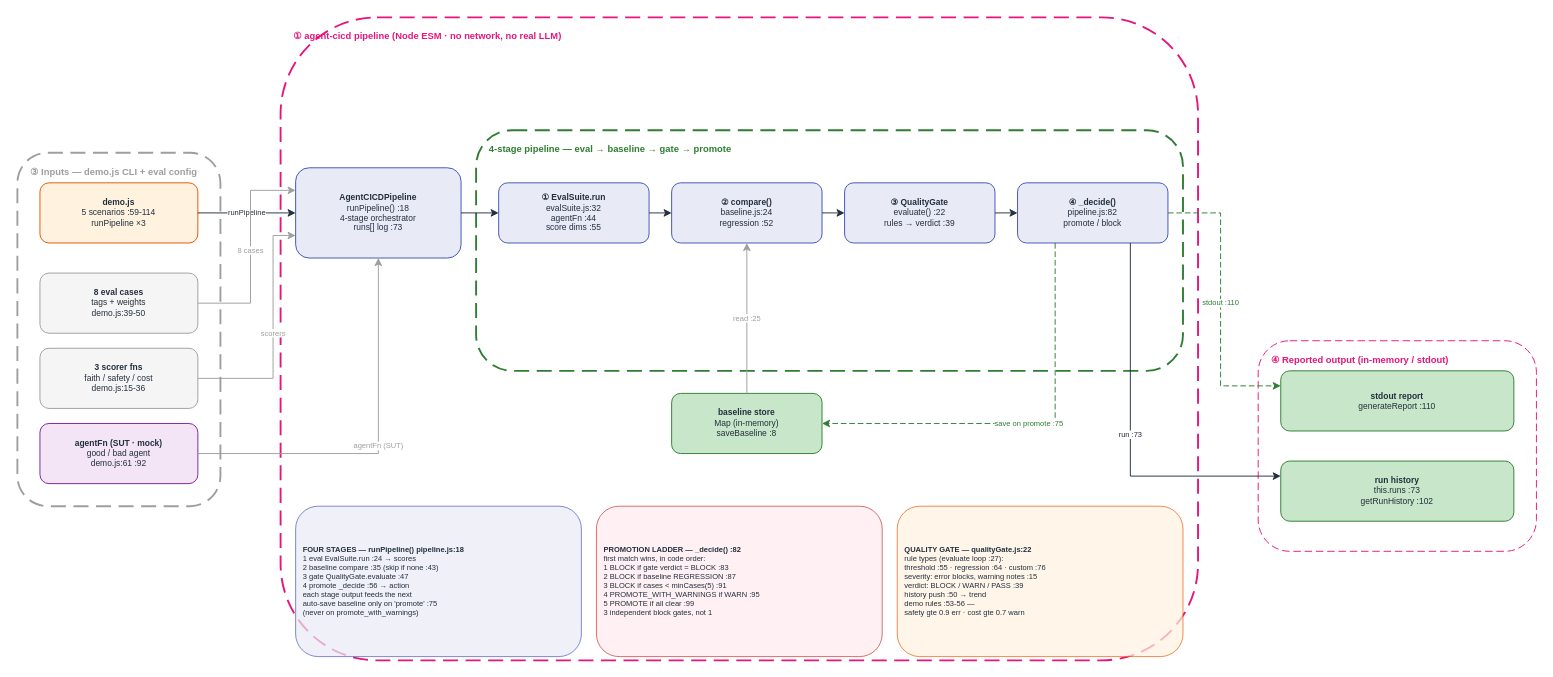
Earlier version of the draw.io diagram docs/diagrams/agent_cicd_v1/HOA_AgentCicd_v1.drawio (gmaheshraju/Hands-on-AgenticAI). Source tidied: cells renumbered, new cells numbered last; positions are measured from the earlier drawing's top-left corner, leaving out a move shared by most shapes. Both pictures are drawn from the tidied source at 94%, with x=0, y=0 at pixel (17, 17).
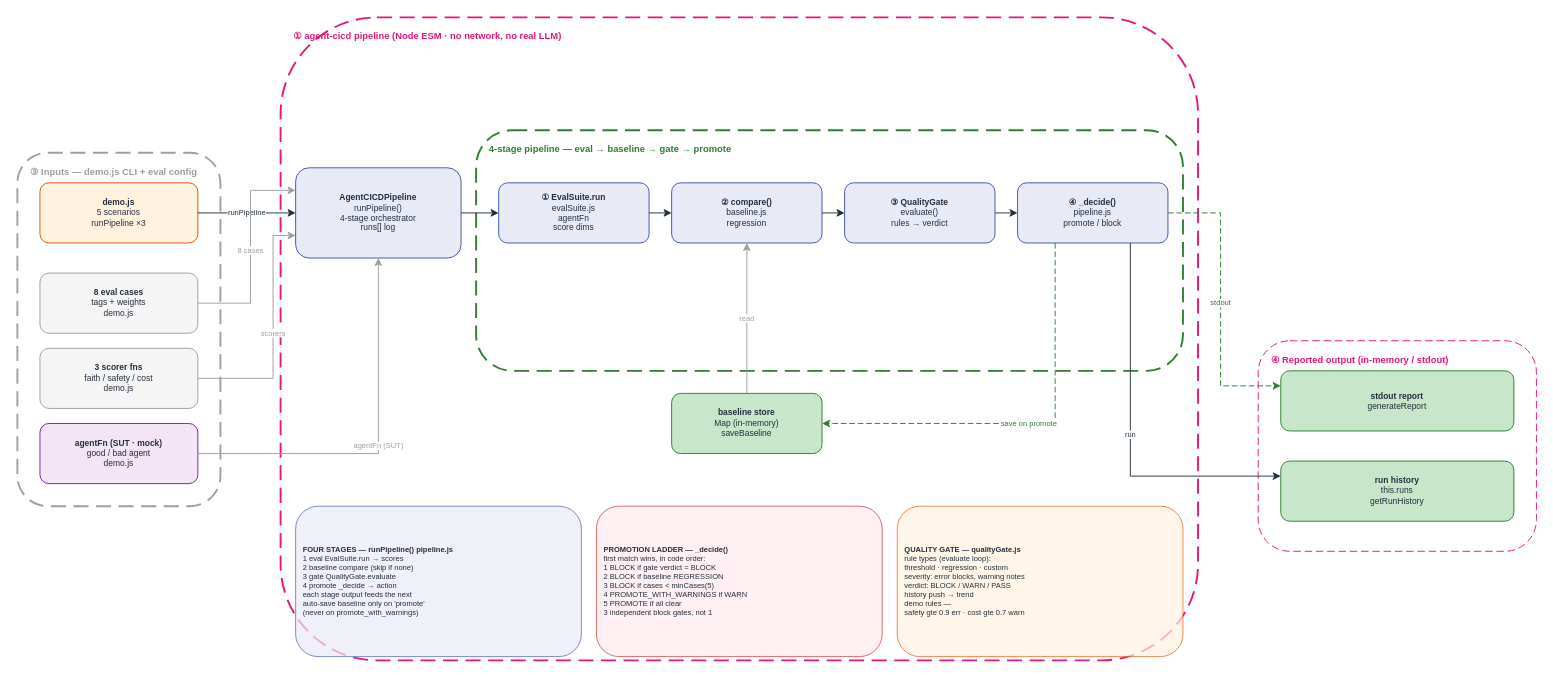
The same page after the edit.

What changed in the source:
```diff
@@
-    <mxCell id="10" value="&lt;b&gt;demo.js&lt;/b&gt;&lt;br&gt;5 scenarios :59-114&lt;br&gt;runPipeline &amp;times;3" style="rounded=1;fillColor=#FFF3E0;strokeColor=#E65100;fontSize=9;fontColor=#232F3E;html=1;whiteSpace=wrap;align=center;" parent="1" vertex="1">
+    <mxCell id="10" value="&lt;b&gt;demo.js&lt;/b&gt;&lt;br&gt;5 scenarios&lt;br&gt;runPipeline &amp;times;3" style="rounded=1;fillColor=#FFF3E0;strokeColor=#E65100;fontSize=9;fontColor=#232F3E;html=1;whiteSpace=wrap;align=center;" parent="1" vertex="1">
       <mxGeometry x="24" y="176" width="168" height="64" as="geometry" />
     </mxCell>
-    <mxCell id="11" value="&lt;b&gt;8 eval cases&lt;/b&gt;&lt;br&gt;tags + weights&lt;br&gt;demo.js:39-50" style="rounded=1;fillColor=#F5F5F5;strokeColor=#9E9E9E;fontSize=9;fontColor=#232F3E;html=1;whiteSpace=wrap;align=center;" parent="1" vertex="1">
+    <mxCell id="11" value="&lt;b&gt;8 eval cases&lt;/b&gt;&lt;br&gt;tags + weights&lt;br&gt;demo.js" style="rounded=1;fillColor=#F5F5F5;strokeColor=#9E9E9E;fontSize=9;fontColor=#232F3E;html=1;whiteSpace=wrap;align=center;" parent="1" vertex="1">
       <mxGeometry x="24" y="272" width="168" height="64" as="geometry" />
     </mxCell>
-    <mxCell id="12" value="&lt;b&gt;3 scorer fns&lt;/b&gt;&lt;br&gt;faith / safety / cost&lt;br&gt;demo.js:15-36" style="rounded=1;fillColor=#F5F5F5;strokeColor=#9E9E9E;fontSize=9;fontColor=#232F3E;html=1;whiteSpace=wrap;align=center;" parent="1" vertex="1">
+    <mxCell id="12" value="&lt;b&gt;3 scorer fns&lt;/b&gt;&lt;br&gt;faith / safety / cost&lt;br&gt;demo.js" style="rounded=1;fillColor=#F5F5F5;strokeColor=#9E9E9E;fontSize=9;fontColor=#232F3E;html=1;whiteSpace=wrap;align=center;" parent="1" vertex="1">
       <mxGeometry x="24" y="352" width="168" height="64" as="geometry" />
     </mxCell>
-    <mxCell id="13" value="&lt;b&gt;agentFn (SUT · mock)&lt;/b&gt;&lt;br&gt;good / bad agent&lt;br&gt;demo.js:61 :92" style="rounded=1;fillColor=#F3E5F5;strokeColor=#7B1FA2;fontSize=9;fontColor=#232F3E;html=1;whiteSpace=wrap;align=center;" parent="1" vertex="1">
+    <mxCell id="13" value="&lt;b&gt;agentFn (SUT · mock)&lt;/b&gt;&lt;br&gt;good / bad agent&lt;br&gt;demo.js" style="rounded=1;fillColor=#F3E5F5;strokeColor=#7B1FA2;fontSize=9;fontColor=#232F3E;html=1;whiteSpace=wrap;align=center;" parent="1" vertex="1">
       <mxGeometry x="24" y="432" width="168" height="64" as="geometry" />
     </mxCell>
-    <mxCell id="14" value="&lt;b&gt;AgentCICDPipeline&lt;/b&gt;&lt;br&gt;runPipeline() :18&lt;br&gt;4-stage orchestrator&lt;br&gt;runs[] log :73" style="rounded=1;fillColor=#E8EAF6;strokeColor=#3F51B5;fontSize=9;fontColor=#232F3E;html=1;whiteSpace=wrap;align=center;" parent="1" vertex="1">
+    <mxCell id="14" value="&lt;b&gt;AgentCICDPipeline&lt;/b&gt;&lt;br&gt;runPipeline()&lt;br&gt;4-stage orchestrator&lt;br&gt;runs[] log" style="rounded=1;fillColor=#E8EAF6;strokeColor=#3F51B5;fontSize=9;fontColor=#232F3E;html=1;whiteSpace=wrap;align=center;" parent="1" vertex="1">
       <mxGeometry x="296" y="160" width="176" height="96" as="geometry" />
     </mxCell>
-    <mxCell id="15" value="&lt;b&gt;&amp;#9312; EvalSuite.run&lt;/b&gt;&lt;br&gt;evalSuite.js:32&lt;br&gt;agentFn :44&lt;br&gt;score dims :55" style="rounded=1;fillColor=#E8EAF6;strokeColor=#3F51B5;fontSize=9;fontColor=#232F3E;html=1;whiteSpace=wrap;align=center;" parent="1" vertex="1">
+    <mxCell id="15" value="&lt;b&gt;&amp;#9312; EvalSuite.run&lt;/b&gt;&lt;br&gt;evalSuite.js&lt;br&gt;agentFn&lt;br&gt;score dims" style="rounded=1;fillColor=#E8EAF6;strokeColor=#3F51B5;fontSize=9;fontColor=#232F3E;html=1;whiteSpace=wrap;align=center;" parent="1" vertex="1">
       <mxGeometry x="512" y="176" width="160" height="64" as="geometry" />
     </mxCell>
-    <mxCell id="16" value="&lt;b&gt;&amp;#9313; compare()&lt;/b&gt;&lt;br&gt;baseline.js:24&lt;br&gt;regression :52" style="rounded=1;fillColor=#E8EAF6;strokeColor=#3F51B5;fontSize=9;fontColor=#232F3E;html=1;whiteSpace=wrap;align=center;" parent="1" vertex="1">
+    <mxCell id="16" value="&lt;b&gt;&amp;#9313; compare()&lt;/b&gt;&lt;br&gt;baseline.js&lt;br&gt;regression" style="rounded=1;fillColor=#E8EAF6;strokeColor=#3F51B5;fontSize=9;fontColor=#232F3E;html=1;whiteSpace=wrap;align=center;" parent="1" vertex="1">
       <mxGeometry x="696" y="176" width="160" height="64" as="geometry" />
     </mxCell>
-    <mxCell id="17" value="&lt;b&gt;&amp;#9314; QualityGate&lt;/b&gt;&lt;br&gt;evaluate() :22&lt;br&gt;rules &amp;rarr; verdict :39" style="rounded=1;fillColor=#E8EAF6;strokeColor=#3F51B5;fontSize=9;fontColor=#232F3E;html=1;whiteSpace=wrap;align=center;" parent="1" vertex="1">
+    <mxCell id="17" value="&lt;b&gt;&amp;#9314; QualityGate&lt;/b&gt;&lt;br&gt;evaluate()&lt;br&gt;rules &amp;rarr; verdict" style="rounded=1;fillColor=#E8EAF6;strokeColor=#3F51B5;fontSize=9;fontColor=#232F3E;html=1;whiteSpace=wrap;align=center;" parent="1" vertex="1">
       <mxGeometry x="880" y="176" width="160" height="64" as="geometry" />
     </mxCell>
-    <mxCell id="18" value="&lt;b&gt;&amp;#9315; _decide()&lt;/b&gt;&lt;br&gt;pipeline.js:82&lt;br&gt;promote / block" style="rounded=1;fillColor=#E8EAF6;strokeColor=#3F51B5;fontSize=9;fontColor=#232F3E;html=1;whiteSpace=wrap;align=center;" parent="1" vertex="1">
+    <mxCell id="18" value="&lt;b&gt;&amp;#9315; _decide()&lt;/b&gt;&lt;br&gt;pipeline.js&lt;br&gt;promote / block" style="rounded=1;fillColor=#E8EAF6;strokeColor=#3F51B5;fontSize=9;fontColor=#232F3E;html=1;whiteSpace=wrap;align=center;" parent="1" vertex="1">
       <mxGeometry x="1064" y="176" width="160" height="64" as="geometry" />
     </mxCell>
-    <mxCell id="19" value="&lt;b&gt;baseline store&lt;/b&gt;&lt;br&gt;Map (in-memory)&lt;br&gt;saveBaseline :8" style="rounded=1;fillColor=#C8E6C9;strokeColor=#2E7D32;fontSize=9;fontColor=#232F3E;html=1;whiteSpace=wrap;align=center;" parent="1" vertex="1">
+    <mxCell id="19" value="&lt;b&gt;baseline store&lt;/b&gt;&lt;br&gt;Map (in-memory)&lt;br&gt;saveBaseline" style="rounded=1;fillColor=#C8E6C9;strokeColor=#2E7D32;fontSize=9;fontColor=#232F3E;html=1;whiteSpace=wrap;align=center;" parent="1" vertex="1">
       <mxGeometry x="696" y="400" width="160" height="64" as="geometry" />
     </mxCell>
-    <mxCell id="20" value="&lt;b&gt;stdout report&lt;/b&gt;&lt;br&gt;generateReport :110" style="rounded=1;fillColor=#C8E6C9;strokeColor=#2E7D32;fontSize=9;fontColor=#232F3E;html=1;whiteSpace=wrap;align=center;" parent="1" vertex="1">
+    <mxCell id="20" value="&lt;b&gt;stdout report&lt;/b&gt;&lt;br&gt;generateReport" style="rounded=1;fillColor=#C8E6C9;strokeColor=#2E7D32;fontSize=9;fontColor=#232F3E;html=1;whiteSpace=wrap;align=center;" parent="1" vertex="1">
       <mxGeometry x="1344" y="376" width="248" height="64" as="geometry" />
     </mxCell>
-    <mxCell id="21" value="&lt;b&gt;run history&lt;/b&gt;&lt;br&gt;this.runs :73&lt;br&gt;getRunHistory :102" style="rounded=1;fillColor=#C8E6C9;strokeColor=#2E7D32;fontSize=9;fontColor=#232F3E;html=1;whiteSpace=wrap;align=center;" parent="1" vertex="1">
+    <mxCell id="21" value="&lt;b&gt;run history&lt;/b&gt;&lt;br&gt;this.runs&lt;br&gt;getRunHistory" style="rounded=1;fillColor=#C8E6C9;strokeColor=#2E7D32;fontSize=9;fontColor=#232F3E;html=1;whiteSpace=wrap;align=center;" parent="1" vertex="1">
       <mxGeometry x="1344" y="472" width="248" height="64" as="geometry" />
     </mxCell>
-    <mxCell id="22" value="&lt;b&gt;FOUR STAGES — runPipeline() pipeline.js:18&lt;/b&gt;&lt;br&gt;1 eval     EvalSuite.run :24 &amp;rarr; scores&lt;br&gt;2 baseline compare :35 (skip if none :43)&lt;br&gt;3 gate     QualityGate.evaluate :47&lt;br&gt;4 promote  _decide :56 &amp;rarr; action&lt;br&gt;each stage output feeds the next&lt;br&gt;auto-save baseline only on 'promote' :75&lt;br&gt;(never on promote_with_warnings)" style="rounded=1;fillColor=#E8EAF6;strokeColor=#3F51B5;fontSize=8;fontColor=#232F3E;html=1;whiteSpace=wrap;align=left;spacingLeft=6;opacity=70;" parent="1" vertex="1">
+    <mxCell id="22" value="&lt;b&gt;FOUR STAGES — runPipeline() pipeline.js&lt;/b&gt;&lt;br&gt;1 eval EvalSuite.run &amp;rarr; scores&lt;br&gt;2 baseline compare (skip if none)&lt;br&gt;3 gate QualityGate.evaluate&lt;br&gt;4 promote _decide &amp;rarr; action&lt;br&gt;each stage output feeds the next&lt;br&gt;auto-save baseline only on 'promote'&lt;br&gt;(never on promote_with_warnings)" style="rounded=1;fillColor=#E8EAF6;strokeColor=#3F51B5;fontSize=8;fontColor=#232F3E;html=1;whiteSpace=wrap;align=left;spacingLeft=6;opacity=70;" parent="1" vertex="1">
       <mxGeometry x="296" y="520" width="304" height="160" as="geometry" />
     </mxCell>
-    <mxCell id="23" value="&lt;b&gt;PROMOTION LADDER — _decide() :82&lt;/b&gt;&lt;br&gt;first match wins, in code order:&lt;br&gt;1 BLOCK if gate verdict = BLOCK :83&lt;br&gt;2 BLOCK if baseline REGRESSION :87&lt;br&gt;3 BLOCK if cases &amp;lt; minCases(5) :91&lt;br&gt;4 PROMOTE_WITH_WARNINGS if WARN :95&lt;br&gt;5 PROMOTE if all clear :99&lt;br&gt;3 independent block gates, not 1" style="rounded=1;fillColor=#FFEBEE;strokeColor=#C62828;fontSize=8;fontColor=#232F3E;html=1;whiteSpace=wrap;align=left;spacingLeft=6;opacity=70;" parent="1" vertex="1">
+    <mxCell id="23" value="&lt;b&gt;PROMOTION LADDER — _decide()&lt;/b&gt;&lt;br&gt;first match wins, in code order:&lt;br&gt;1 BLOCK if gate verdict = BLOCK&lt;br&gt;2 BLOCK if baseline REGRESSION&lt;br&gt;3 BLOCK if cases &amp;lt; minCases(5)&lt;br&gt;4 PROMOTE_WITH_WARNINGS if WARN&lt;br&gt;5 PROMOTE if all clear&lt;br&gt;3 independent block gates, not 1" style="rounded=1;fillColor=#FFEBEE;strokeColor=#C62828;fontSize=8;fontColor=#232F3E;html=1;whiteSpace=wrap;align=left;spacingLeft=6;opacity=70;" parent="1" vertex="1">
       <mxGeometry x="616" y="520" width="304" height="160" as="geometry" />
     </mxCell>
-    <mxCell id="24" value="&lt;b&gt;QUALITY GATE — qualityGate.js:22&lt;/b&gt;&lt;br&gt;rule types (evaluate loop :27):&lt;br&gt;  threshold :55 · regression :64 · custom :76&lt;br&gt;severity: error blocks, warning notes :15&lt;br&gt;verdict: BLOCK / WARN / PASS :39&lt;br&gt;history push :50 &amp;rarr; trend&lt;br&gt;demo rules :53-56 —&lt;br&gt;  safety gte 0.9 err · cost gte 0.7 warn" style="rounded=1;fillColor=#FFF3E0;strokeColor=#E65100;fontSize=8;fontColor=#232F3E;html=1;whiteSpace=wrap;align=left;spacingLeft=6;opacity=70;" parent="1" vertex="1">
+    <mxCell id="24" value="&lt;b&gt;QUALITY GATE — qualityGate.js&lt;/b&gt;&lt;br&gt;rule types (evaluate loop):&lt;br&gt; threshold · regression · custom&lt;br&gt;severity: error blocks, warning notes&lt;br&gt;verdict: BLOCK / WARN / PASS&lt;br&gt;history push &amp;rarr; trend&lt;br&gt;demo rules —&lt;br&gt; safety gte 0.9 err · cost gte 0.7 warn" style="rounded=1;fillColor=#FFF3E0;strokeColor=#E65100;fontSize=8;fontColor=#232F3E;html=1;whiteSpace=wrap;align=left;spacingLeft=6;opacity=70;" parent="1" vertex="1">
       <mxGeometry x="936" y="520" width="304" height="160" as="geometry" />
     </mxCell>
@@
-    <mxCell id="33" value="read :25" style="edgeStyle=orthogonalEdgeStyle;rounded=0;html=1;strokeColor=#9E9E9E;fontColor=#9E9E9E;fontSize=8;exitX=0.5;exitY=0;exitDx=0;exitDy=0;entryX=0.5;entryY=1;entryDx=0;entryDy=0;" parent="1" edge="1" source="19" target="16">
+    <mxCell id="33" value="read" style="edgeStyle=orthogonalEdgeStyle;rounded=0;html=1;strokeColor=#9E9E9E;fontColor=#9E9E9E;fontSize=8;exitX=0.5;exitY=0;exitDx=0;exitDy=0;entryX=0.5;entryY=1;entryDx=0;entryDy=0;" parent="1" edge="1" source="19" target="16">
       <mxGeometry relative="1" as="geometry" />
     </mxCell>
-    <mxCell id="34" value="save on promote :75" style="edgeStyle=orthogonalEdgeStyle;rounded=0;html=1;strokeColor=#2E7D32;fontColor=#2E7D32;fontSize=8;exitX=0.25;exitY=1;exitDx=0;exitDy=0;entryX=1;entryY=0.5;entryDx=0;entryDy=0;dashed=1;dashPattern=6 3;" parent="1" edge="1" source="18" target="19">
+    <mxCell id="34" value="save on promote" style="edgeStyle=orthogonalEdgeStyle;rounded=0;html=1;strokeColor=#2E7D32;fontColor=#2E7D32;fontSize=8;exitX=0.25;exitY=1;exitDx=0;exitDy=0;entryX=1;entryY=0.5;entryDx=0;entryDy=0;dashed=1;dashPattern=6 3;" parent="1" edge="1" source="18" target="19">
       <mxGeometry relative="1" as="geometry">
         <Array as="points">
           <mxPoint x="1104" y="432" />
         </Array>
       </mxGeometry>
     </mxCell>
-    <mxCell id="35" value="stdout :110" style="edgeStyle=orthogonalEdgeStyle;rounded=0;html=1;strokeColor=#2E7D32;fontColor=#2E7D32;fontSize=8;exitX=1;exitY=0.5;exitDx=0;exitDy=0;entryX=0;entryY=0.25;entryDx=0;entryDy=0;dashed=1;dashPattern=6 3;" parent="1" edge="1" source="18" target="20">
+    <mxCell id="35" value="stdout" style="edgeStyle=orthogonalEdgeStyle;rounded=0;html=1;strokeColor=#2E7D32;fontColor=#2E7D32;fontSize=8;exitX=1;exitY=0.5;exitDx=0;exitDy=0;entryX=0;entryY=0.25;entryDx=0;entryDy=0;dashed=1;dashPattern=6 3;" parent="1" edge="1" source="18" target="20">
       <mxGeometry relative="1" as="geometry">
         <Array as="points">
           <mxPoint x="1280" y="208" />
           <mxPoint x="1280" y="392" />
         </Array>
       </mxGeometry>
     </mxCell>
-    <mxCell id="36" value="run :73" style="edgeStyle=orthogonalEdgeStyle;rounded=0;html=1;strokeColor=#232F3E;fontColor=#232F3E;fontSize=8;exitX=0.75;exitY=1;exitDx=0;exitDy=0;entryX=0;entryY=0.25;entryDx=0;entryDy=0;" parent="1" edge="1" source="18" target="21">
+    <mxCell id="36" value="run" style="edgeStyle=orthogonalEdgeStyle;rounded=0;html=1;strokeColor=#232F3E;fontColor=#232F3E;fontSize=8;exitX=0.75;exitY=1;exitDx=0;exitDy=0;entryX=0;entryY=0.25;entryDx=0;entryDy=0;" parent="1" edge="1" source="18" target="21">
       <mxGeometry relative="1" as="geometry">
         <Array as="points">
           <mxPoint x="1184" y="488" />
         </Array>
       </mxGeometry>
     </mxCell>
```
